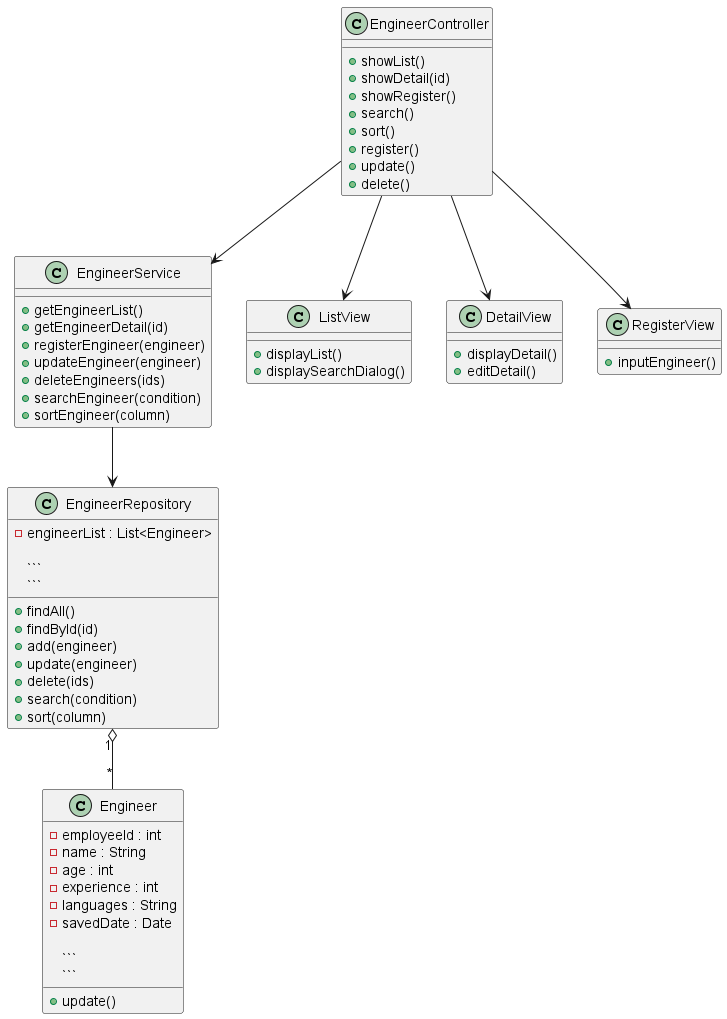
Above: class.png in zhengshuheitian74-cyber/fulfill- (PlantUML), before the change.
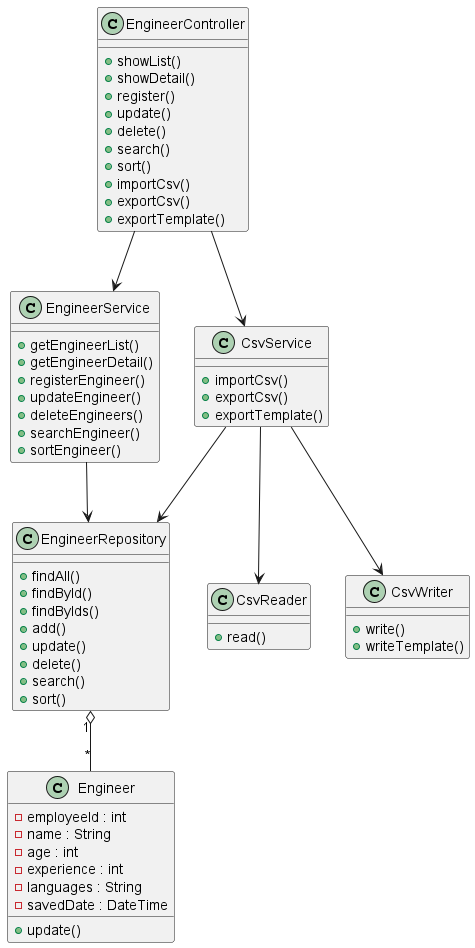
Above is the later version.

The edit, as a diff of the source:
````diff
@@ -6,71 +6,72 @@
 - age : int
 - experience : int
 - languages : String
-- savedDate : Date
+- savedDate : DateTime
 
-```
+
 + update()
-```
+
 
 }
 
-class EngineerRepository {
-- engineerList : List<Engineer>
-
-```
-+ findAll()
-+ findById(id)
-+ add(engineer)
-+ update(engineer)
-+ delete(ids)
-+ search(condition)
-+ sort(column)
-```
-
+class EngineerController {
++ showList()
++ showDetail()
++ register()
++ update()
++ delete()
++ search()
++ sort()
++ importCsv()
++ exportCsv()
++ exportTemplate()
 }
 
 class EngineerService {
 + getEngineerList()
-+ getEngineerDetail(id)
-+ registerEngineer(engineer)
-+ updateEngineer(engineer)
-+ deleteEngineers(ids)
-+ searchEngineer(condition)
-+ sortEngineer(column)
++ getEngineerDetail()
++ registerEngineer()
++ updateEngineer()
++ deleteEngineers()
++ searchEngineer()
++ sortEngineer()
 }
 
-class EngineerController {
-+ showList()
-+ showDetail(id)
-+ showRegister()
+class EngineerRepository {
++ findAll()
++ findById()
++ findByIds()
++ add()
++ update()
++ delete()
 + search()
 + sort()
-+ register()
-+ update()
-+ delete()
 }
 
-class ListView {
-+ displayList()
-+ displaySearchDialog()
+class CsvService {
++ importCsv()
++ exportCsv()
++ exportTemplate()
 }
 
-class DetailView {
-+ displayDetail()
-+ editDetail()
+class CsvReader {
++ read()
 }
 
-class RegisterView {
-+ inputEngineer()
+class CsvWriter {
++ write()
++ writeTemplate()
 }
 
 EngineerRepository "1" o-- "*" Engineer
 
 EngineerController --> EngineerService
+EngineerController --> CsvService
+
 EngineerService --> EngineerRepository
 
-EngineerController --> ListView
-EngineerController --> DetailView
-EngineerController --> RegisterView
+CsvService --> CsvReader
+CsvService --> CsvWriter
+CsvService --> EngineerRepository
 
 @enduml
````
